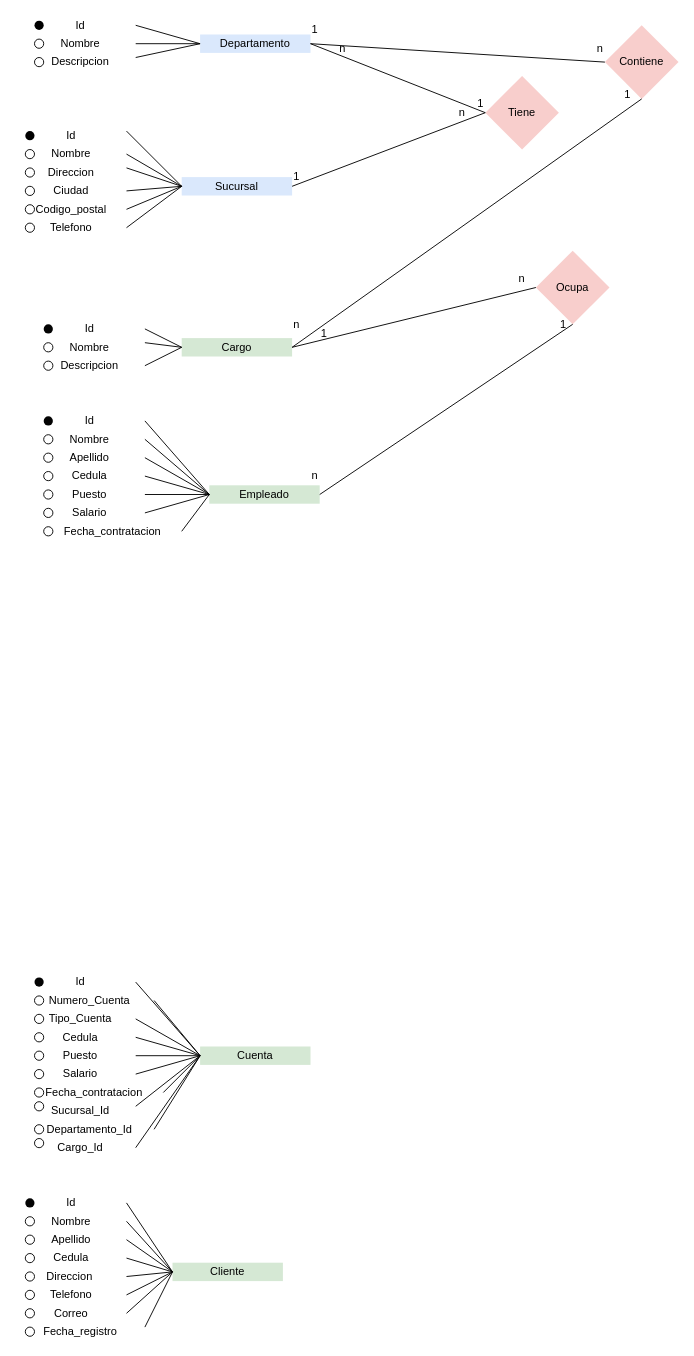
This is Diagrama sin título.drawio from Nico1091/Bases-de-datos, a draw.io file, before an edit. Source tidied: cells renumbered, new cells numbered last; positions are measured from the earlier drawing's top-left corner, leaving out a move shared by most shapes. Both pictures are drawn from the tidied source at 92%, with x=0, y=0 at pixel (16, 16).
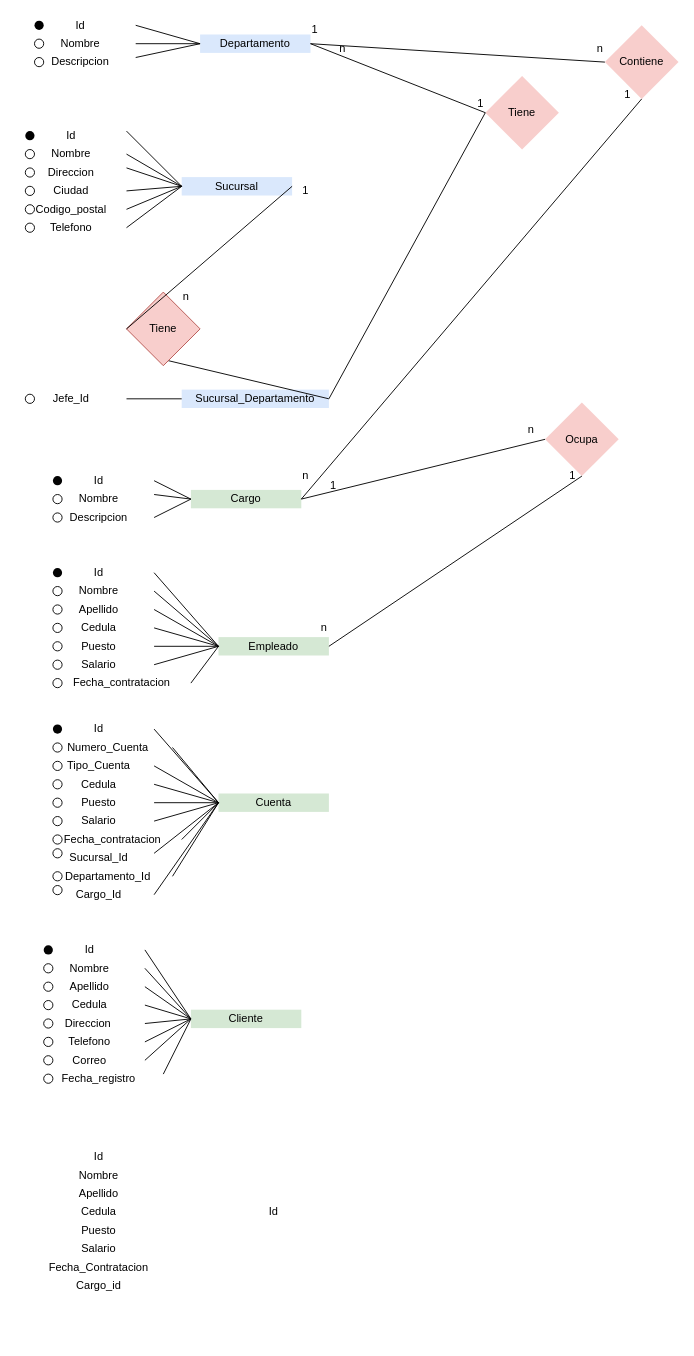
Above is the later version.

The change refers to these unchanged cells:
```xml
<mxCell id="8" value="Sucursal" style="rounded=0;whiteSpace=wrap;html=1;strokeColor=none;fillColor=#dae8fc;" parent="1" vertex="1">
  <mxGeometry x="180" y="175" width="120" height="20" as="geometry" />
</mxCell>
<mxCell id="97" value="Tiene" style="rhombus;whiteSpace=wrap;html=1;fillColor=#f8cecc;strokeColor=none;" parent="1" vertex="1">
  <mxGeometry x="510" y="65" width="80" height="80" as="geometry" />
</mxCell>
```

What changed in the source:
```diff
@@
     <mxCell id="31" value="Nombre" style="rounded=0;whiteSpace=wrap;html=1;strokeColor=none;fillColor=none;" parent="1" vertex="1">
-      <mxGeometry x="20" y="350" width="120" height="20" as="geometry" />
+      <mxGeometry x="30" y="515" width="120" height="20" as="geometry" />
     </mxCell>
     <mxCell id="32" value="Id" style="rounded=0;whiteSpace=wrap;html=1;strokeColor=none;fillColor=none;" parent="1" vertex="1">
-      <mxGeometry x="20" y="330" width="120" height="20" as="geometry" />
+      <mxGeometry x="30" y="495" width="120" height="20" as="geometry" />
     </mxCell>
     <mxCell id="33" value="Descripcion" style="rounded=0;whiteSpace=wrap;html=1;strokeColor=none;fillColor=none;" parent="1" vertex="1">
-      <mxGeometry x="20" y="370" width="120" height="20" as="geometry" />
+      <mxGeometry x="30" y="535" width="120" height="20" as="geometry" />
     </mxCell>
     <mxCell id="34" style="ellipse;whiteSpace=wrap;html=1;fillColor=#030303;strokeColor=none;" parent="1" vertex="1">
-      <mxGeometry x="30" y="335" width="10" height="10" as="geometry" />
+      <mxGeometry x="40" y="500" width="10" height="10" as="geometry" />
     </mxCell>
     <mxCell id="35" style="ellipse;whiteSpace=wrap;html=1;" parent="1" vertex="1">
-      <mxGeometry x="30" y="355" width="10" height="10" as="geometry" />
+      <mxGeometry x="40" y="520" width="10" height="10" as="geometry" />
     </mxCell>
     <mxCell id="36" style="ellipse;whiteSpace=wrap;html=1;" parent="1" vertex="1">
-      <mxGeometry x="30" y="375" width="10" height="10" as="geometry" />
+      <mxGeometry x="40" y="540" width="10" height="10" as="geometry" />
     </mxCell>
     <mxCell id="37" value="Cargo" style="rounded=0;whiteSpace=wrap;html=1;strokeColor=none;fillColor=#d5e8d4;" parent="1" vertex="1">
-      <mxGeometry x="180" y="350" width="120" height="20" as="geometry" />
+      <mxGeometry x="190" y="515" width="120" height="20" as="geometry" />
     </mxCell>
@@
     <mxCell id="41" value="Id" style="rounded=0;whiteSpace=wrap;html=1;strokeColor=none;fillColor=none;" parent="1" vertex="1">
-      <mxGeometry x="20" y="430" width="120" height="20" as="geometry" />
+      <mxGeometry x="30" y="595" width="120" height="20" as="geometry" />
     </mxCell>
     <mxCell id="42" style="ellipse;whiteSpace=wrap;html=1;fillColor=#030303;strokeColor=none;" parent="1" vertex="1">
-      <mxGeometry x="30" y="435" width="10" height="10" as="geometry" />
+      <mxGeometry x="40" y="600" width="10" height="10" as="geometry" />
     </mxCell>
     <mxCell id="43" value="Nombre" style="rounded=0;whiteSpace=wrap;html=1;strokeColor=none;fillColor=none;" parent="1" vertex="1">
-      <mxGeometry x="20" y="450" width="120" height="20" as="geometry" />
+      <mxGeometry x="30" y="615" width="120" height="20" as="geometry" />
     </mxCell>
     <mxCell id="44" value="Apellido" style="rounded=0;whiteSpace=wrap;html=1;strokeColor=none;fillColor=none;" parent="1" vertex="1">
-      <mxGeometry x="20" y="470" width="120" height="20" as="geometry" />
+      <mxGeometry x="30" y="635" width="120" height="20" as="geometry" />
     </mxCell>
     <mxCell id="45" value="Cedula" style="rounded=0;whiteSpace=wrap;html=1;strokeColor=none;fillColor=none;" parent="1" vertex="1">
-      <mxGeometry x="20" y="490" width="120" height="20" as="geometry" />
+      <mxGeometry x="30" y="655" width="120" height="20" as="geometry" />
     </mxCell>
     <mxCell id="46" value="Puesto" style="rounded=0;whiteSpace=wrap;html=1;strokeColor=none;fillColor=none;" parent="1" vertex="1">
-      <mxGeometry x="20" y="510" width="120" height="20" as="geometry" />
+      <mxGeometry x="30" y="675" width="120" height="20" as="geometry" />
     </mxCell>
     <mxCell id="47" value="Salario" style="rounded=0;whiteSpace=wrap;html=1;strokeColor=none;fillColor=none;" parent="1" vertex="1">
-      <mxGeometry x="20" y="530" width="120" height="20" as="geometry" />
+      <mxGeometry x="30" y="695" width="120" height="20" as="geometry" />
     </mxCell>
     <mxCell id="48" value="&amp;nbsp; &amp;nbsp;Fecha_contratacion" style="rounded=0;whiteSpace=wrap;html=1;strokeColor=none;fillColor=none;" parent="1" vertex="1">
-      <mxGeometry x="20" y="550" width="160" height="20" as="geometry" />
+      <mxGeometry x="30" y="715" width="160" height="20" as="geometry" />
     </mxCell>
     <mxCell id="49" value="Empleado" style="rounded=0;whiteSpace=wrap;html=1;strokeColor=none;fillColor=#d5e8d4;" parent="1" vertex="1">
-      <mxGeometry x="210" y="510" width="120" height="20" as="geometry" />
+      <mxGeometry x="220" y="675" width="120" height="20" as="geometry" />
     </mxCell>
@@
     <mxCell id="57" value="Id" style="rounded=0;whiteSpace=wrap;html=1;strokeColor=none;fillColor=none;" parent="1" vertex="1">
-      <mxGeometry y="1280" width="120" height="20" as="geometry" />
+      <mxGeometry x="20" y="1005" width="120" height="20" as="geometry" />
     </mxCell>
     <mxCell id="58" style="ellipse;whiteSpace=wrap;html=1;fillColor=#030303;strokeColor=none;" parent="1" vertex="1">
-      <mxGeometry x="10" y="1285" width="10" height="10" as="geometry" />
+      <mxGeometry x="30" y="1010" width="10" height="10" as="geometry" />
     </mxCell>
     <mxCell id="59" value="Nombre" style="rounded=0;whiteSpace=wrap;html=1;strokeColor=none;fillColor=none;" parent="1" vertex="1">
-      <mxGeometry y="1300" width="120" height="20" as="geometry" />
+      <mxGeometry x="20" y="1025" width="120" height="20" as="geometry" />
     </mxCell>
     <mxCell id="60" value="Apellido" style="rounded=0;whiteSpace=wrap;html=1;strokeColor=none;fillColor=none;" parent="1" vertex="1">
-      <mxGeometry y="1320" width="120" height="20" as="geometry" />
+      <mxGeometry x="20" y="1045" width="120" height="20" as="geometry" />
     </mxCell>
     <mxCell id="61" value="Cedula" style="rounded=0;whiteSpace=wrap;html=1;strokeColor=none;fillColor=none;" parent="1" vertex="1">
-      <mxGeometry y="1340" width="120" height="20" as="geometry" />
+      <mxGeometry x="20" y="1065" width="120" height="20" as="geometry" />
     </mxCell>
     <mxCell id="62" value="Direccion&amp;nbsp;" style="rounded=0;whiteSpace=wrap;html=1;strokeColor=none;fillColor=none;" parent="1" vertex="1">
-      <mxGeometry y="1360" width="120" height="20" as="geometry" />
+      <mxGeometry x="20" y="1085" width="120" height="20" as="geometry" />
     </mxCell>
     <mxCell id="63" value="Telefono" style="rounded=0;whiteSpace=wrap;html=1;strokeColor=none;fillColor=none;" parent="1" vertex="1">
-      <mxGeometry y="1380" width="120" height="20" as="geometry" />
+      <mxGeometry x="20" y="1105" width="120" height="20" as="geometry" />
     </mxCell>
     <mxCell id="64" value="Correo" style="rounded=0;whiteSpace=wrap;html=1;strokeColor=none;fillColor=none;" parent="1" vertex="1">
-      <mxGeometry y="1400" width="120" height="20" as="geometry" />
+      <mxGeometry x="20" y="1125" width="120" height="20" as="geometry" />
     </mxCell>
     <mxCell id="65" value="Fecha_registro" style="rounded=0;whiteSpace=wrap;html=1;strokeColor=none;fillColor=none;" parent="1" vertex="1">
-      <mxGeometry y="1420" width="140" height="20" as="geometry" />
+      <mxGeometry x="20" y="1145" width="140" height="20" as="geometry" />
     </mxCell>
     <mxCell id="66" value="Cliente" style="rounded=0;whiteSpace=wrap;html=1;strokeColor=none;fillColor=#d5e8d4;" parent="1" vertex="1">
-      <mxGeometry x="170" y="1355" width="120" height="20" as="geometry" />
+      <mxGeometry x="190" y="1080" width="120" height="20" as="geometry" />
     </mxCell>
@@
     <mxCell id="75" value="Id" style="rounded=0;whiteSpace=wrap;html=1;strokeColor=none;fillColor=none;" parent="1" vertex="1">
-      <mxGeometry x="10" y="1040" width="120" height="20" as="geometry" />
+      <mxGeometry x="30" y="765" width="120" height="20" as="geometry" />
     </mxCell>
     <mxCell id="76" style="ellipse;whiteSpace=wrap;html=1;fillColor=#030303;strokeColor=none;" parent="1" vertex="1">
-      <mxGeometry x="20" y="1045" width="10" height="10" as="geometry" />
+      <mxGeometry x="40" y="770" width="10" height="10" as="geometry" />
     </mxCell>
     <mxCell id="77" value="Numero_Cuenta" style="rounded=0;whiteSpace=wrap;html=1;strokeColor=none;fillColor=none;" parent="1" vertex="1">
-      <mxGeometry x="10" y="1060" width="140" height="20" as="geometry" />
+      <mxGeometry x="30" y="785" width="140" height="20" as="geometry" />
     </mxCell>
     <mxCell id="78" value="Tipo_Cuenta" style="rounded=0;whiteSpace=wrap;html=1;strokeColor=none;fillColor=none;" parent="1" vertex="1">
-      <mxGeometry x="10" y="1080" width="120" height="20" as="geometry" />
+      <mxGeometry x="30" y="805" width="120" height="20" as="geometry" />
     </mxCell>
     <mxCell id="79" value="Cedula" style="rounded=0;whiteSpace=wrap;html=1;strokeColor=none;fillColor=none;" parent="1" vertex="1">
-      <mxGeometry x="10" y="1100" width="120" height="20" as="geometry" />
+      <mxGeometry x="30" y="825" width="120" height="20" as="geometry" />
     </mxCell>
     <mxCell id="80" value="Puesto" style="rounded=0;whiteSpace=wrap;html=1;strokeColor=none;fillColor=none;" parent="1" vertex="1">
-      <mxGeometry x="10" y="1120" width="120" height="20" as="geometry" />
+      <mxGeometry x="30" y="845" width="120" height="20" as="geometry" />
     </mxCell>
     <mxCell id="81" value="Salario" style="rounded=0;whiteSpace=wrap;html=1;strokeColor=none;fillColor=none;" parent="1" vertex="1">
-      <mxGeometry x="10" y="1140" width="120" height="20" as="geometry" />
+      <mxGeometry x="30" y="865" width="120" height="20" as="geometry" />
     </mxCell>
     <mxCell id="82" value="Fecha_contratacion" style="rounded=0;whiteSpace=wrap;html=1;strokeColor=none;fillColor=none;" parent="1" vertex="1">
-      <mxGeometry x="10" y="1160" width="150" height="20" as="geometry" />
+      <mxGeometry x="30" y="885" width="150" height="20" as="geometry" />
     </mxCell>
     <mxCell id="83" value="Sucursal_Id" style="rounded=0;whiteSpace=wrap;html=1;strokeColor=none;fillColor=none;" parent="1" vertex="1">
-      <mxGeometry x="10" y="1180" width="120" height="20" as="geometry" />
+      <mxGeometry x="30" y="905" width="120" height="20" as="geometry" />
     </mxCell>
     <mxCell id="84" value="Cuenta" style="rounded=0;whiteSpace=wrap;html=1;strokeColor=none;fillColor=#d5e8d4;" parent="1" vertex="1">
-      <mxGeometry x="200" y="1120" width="120" height="20" as="geometry" />
+      <mxGeometry x="220" y="845" width="120" height="20" as="geometry" />
     </mxCell>
@@
     <mxCell id="93" value="Departamento_Id" style="rounded=0;whiteSpace=wrap;html=1;strokeColor=none;fillColor=none;" parent="1" vertex="1">
-      <mxGeometry x="10" y="1200" width="140" height="20" as="geometry" />
+      <mxGeometry x="30" y="925" width="140" height="20" as="geometry" />
     </mxCell>
     <mxCell id="94" value="Cargo_Id" style="rounded=0;whiteSpace=wrap;html=1;strokeColor=none;fillColor=none;" parent="1" vertex="1">
-      <mxGeometry x="10" y="1220" width="120" height="20" as="geometry" />
+      <mxGeometry x="30" y="945" width="120" height="20" as="geometry" />
     </mxCell>
@@
-    <mxCell id="98" style="endArrow=none;html=1;rounded=0;entryX=0;entryY=0.5;entryDx=0;entryDy=0;exitX=1;exitY=0.5;exitDx=0;exitDy=0;" parent="1" edge="1" source="8" target="97">
+    <mxCell id="98" style="endArrow=none;html=1;rounded=0;entryX=0;entryY=0.5;entryDx=0;entryDy=0;exitX=1;exitY=0.5;exitDx=0;exitDy=0;" parent="1" edge="1" source="141" target="97">
       <mxGeometry relative="1" as="geometry" />
     </mxCell>
     <mxCell id="99" value="1" style="rounded=0;whiteSpace=wrap;html=1;strokeColor=none;fillColor=none;" parent="1" vertex="1">
-      <mxGeometry x="300" y="170" width="10" height="10" as="geometry" />
+      <mxGeometry x="310" y="185" width="10" height="10" as="geometry" />
     </mxCell>
     <mxCell id="100" value="n" style="rounded=0;whiteSpace=wrap;html=1;strokeColor=none;fillColor=none;" parent="1" vertex="1">
-      <mxGeometry x="320" y="495" width="10" height="10" as="geometry" />
+      <mxGeometry x="330" y="660" width="10" height="10" as="geometry" />
     </mxCell>
     <mxCell id="101" value="n" style="rounded=0;whiteSpace=wrap;html=1;strokeColor=none;fillColor=none;" parent="1" vertex="1">
-      <mxGeometry x="480" y="100" width="10" height="10" as="geometry" />
+      <mxGeometry x="180" y="300" width="10" height="10" as="geometry" />
     </mxCell>
@@
     <mxCell id="107" value="Ocupa" style="rhombus;whiteSpace=wrap;html=1;fillColor=#f8cecc;strokeColor=none;" parent="1" vertex="1">
-      <mxGeometry x="565" y="255" width="80" height="80" as="geometry" />
+      <mxGeometry x="575" y="420" width="80" height="80" as="geometry" />
     </mxCell>
@@
     <mxCell id="110" value="n" style="rounded=0;whiteSpace=wrap;html=1;strokeColor=none;fillColor=none;" parent="1" vertex="1">
-      <mxGeometry x="300" y="330" width="10" height="10" as="geometry" />
+      <mxGeometry x="310" y="495" width="10" height="10" as="geometry" />
     </mxCell>
     <mxCell id="111" value="n" style="rounded=0;whiteSpace=wrap;html=1;strokeColor=none;fillColor=none;" parent="1" vertex="1">
-      <mxGeometry x="545" y="280" width="10" height="10" as="geometry" />
+      <mxGeometry x="555" y="445" width="10" height="10" as="geometry" />
     </mxCell>
     <mxCell id="112" value="1" style="rounded=0;whiteSpace=wrap;html=1;strokeColor=none;fillColor=none;" parent="1" vertex="1">
-      <mxGeometry x="590" y="330" width="10" height="10" as="geometry" />
+      <mxGeometry x="600" y="495" width="10" height="10" as="geometry" />
     </mxCell>
     <mxCell id="113" style="ellipse;whiteSpace=wrap;html=1;" parent="1" vertex="1">
-      <mxGeometry x="10" y="1305" width="10" height="10" as="geometry" />
+      <mxGeometry x="30" y="1030" width="10" height="10" as="geometry" />
     </mxCell>
     <mxCell id="114" style="ellipse;whiteSpace=wrap;html=1;" parent="1" vertex="1">
-      <mxGeometry x="10" y="1325" width="10" height="10" as="geometry" />
+      <mxGeometry x="30" y="1050" width="10" height="10" as="geometry" />
     </mxCell>
@@
     <mxCell id="119" value="1" style="rounded=0;whiteSpace=wrap;html=1;strokeColor=none;fillColor=none;" parent="1" vertex="1">
-      <mxGeometry x="330" y="340" width="10" height="10" as="geometry" />
+      <mxGeometry x="340" y="505" width="10" height="10" as="geometry" />
     </mxCell>
     <mxCell id="120" style="ellipse;whiteSpace=wrap;html=1;" parent="1" vertex="1">
-      <mxGeometry x="30" y="455" width="10" height="10" as="geometry" />
+      <mxGeometry x="40" y="620" width="10" height="10" as="geometry" />
     </mxCell>
     <mxCell id="121" style="ellipse;whiteSpace=wrap;html=1;" parent="1" vertex="1">
-      <mxGeometry x="30" y="475" width="10" height="10" as="geometry" />
+      <mxGeometry x="40" y="640" width="10" height="10" as="geometry" />
     </mxCell>
     <mxCell id="122" style="ellipse;whiteSpace=wrap;html=1;" parent="1" vertex="1">
-      <mxGeometry x="30" y="495" width="10" height="10" as="geometry" />
+      <mxGeometry x="40" y="660" width="10" height="10" as="geometry" />
     </mxCell>
     <mxCell id="123" style="ellipse;whiteSpace=wrap;html=1;" parent="1" vertex="1">
-      <mxGeometry x="30" y="515" width="10" height="10" as="geometry" />
+      <mxGeometry x="40" y="680" width="10" height="10" as="geometry" />
     </mxCell>
     <mxCell id="124" style="ellipse;whiteSpace=wrap;html=1;" parent="1" vertex="1">
-      <mxGeometry x="30" y="535" width="10" height="10" as="geometry" />
+      <mxGeometry x="40" y="700" width="10" height="10" as="geometry" />
     </mxCell>
     <mxCell id="125" style="ellipse;whiteSpace=wrap;html=1;" parent="1" vertex="1">
-      <mxGeometry x="30" y="555" width="10" height="10" as="geometry" />
+      <mxGeometry x="40" y="720" width="10" height="10" as="geometry" />
     </mxCell>
     <mxCell id="126" style="ellipse;whiteSpace=wrap;html=1;" parent="1" vertex="1">
-      <mxGeometry x="10" y="1345" width="10" height="10" as="geometry" />
+      <mxGeometry x="30" y="1070" width="10" height="10" as="geometry" />
     </mxCell>
     <mxCell id="127" style="ellipse;whiteSpace=wrap;html=1;" parent="1" vertex="1">
-      <mxGeometry x="10" y="1365" width="10" height="10" as="geometry" />
+      <mxGeometry x="30" y="1090" width="10" height="10" as="geometry" />
     </mxCell>
     <mxCell id="128" style="ellipse;whiteSpace=wrap;html=1;" parent="1" vertex="1">
-      <mxGeometry x="10" y="1385" width="10" height="10" as="geometry" />
+      <mxGeometry x="30" y="1110" width="10" height="10" as="geometry" />
     </mxCell>
     <mxCell id="129" style="ellipse;whiteSpace=wrap;html=1;" parent="1" vertex="1">
-      <mxGeometry x="10" y="1405" width="10" height="10" as="geometry" />
+      <mxGeometry x="30" y="1130" width="10" height="10" as="geometry" />
     </mxCell>
     <mxCell id="130" style="ellipse;whiteSpace=wrap;html=1;" parent="1" vertex="1">
-      <mxGeometry x="10" y="1425" width="10" height="10" as="geometry" />
+      <mxGeometry x="30" y="1150" width="10" height="10" as="geometry" />
     </mxCell>
     <mxCell id="131" style="ellipse;whiteSpace=wrap;html=1;" parent="1" vertex="1">
-      <mxGeometry x="20" y="1065" width="10" height="10" as="geometry" />
+      <mxGeometry x="40" y="790" width="10" height="10" as="geometry" />
     </mxCell>
     <mxCell id="132" style="ellipse;whiteSpace=wrap;html=1;" parent="1" vertex="1">
-      <mxGeometry x="20" y="1085" width="10" height="10" as="geometry" />
+      <mxGeometry x="40" y="810" width="10" height="10" as="geometry" />
     </mxCell>
     <mxCell id="133" style="ellipse;whiteSpace=wrap;html=1;" parent="1" vertex="1">
-      <mxGeometry x="20" y="1105" width="10" height="10" as="geometry" />
+      <mxGeometry x="40" y="830" width="10" height="10" as="geometry" />
     </mxCell>
     <mxCell id="134" style="ellipse;whiteSpace=wrap;html=1;" parent="1" vertex="1">
-      <mxGeometry x="20" y="1125" width="10" height="10" as="geometry" />
+      <mxGeometry x="40" y="850" width="10" height="10" as="geometry" />
     </mxCell>
     <mxCell id="135" style="ellipse;whiteSpace=wrap;html=1;" parent="1" vertex="1">
-      <mxGeometry x="20" y="1145" width="10" height="10" as="geometry" />
+      <mxGeometry x="40" y="870" width="10" height="10" as="geometry" />
     </mxCell>
     <mxCell id="136" style="ellipse;whiteSpace=wrap;html=1;" parent="1" vertex="1">
-      <mxGeometry x="20" y="1165" width="10" height="10" as="geometry" />
+      <mxGeometry x="40" y="890" width="10" height="10" as="geometry" />
     </mxCell>
     <mxCell id="137" style="ellipse;whiteSpace=wrap;html=1;" parent="1" vertex="1">
-      <mxGeometry x="20" y="1180" width="10" height="10" as="geometry" />
+      <mxGeometry x="40" y="905" width="10" height="10" as="geometry" />
     </mxCell>
     <mxCell id="138" style="ellipse;whiteSpace=wrap;html=1;" parent="1" vertex="1">
-      <mxGeometry x="20" y="1205" width="10" height="10" as="geometry" />
+      <mxGeometry x="40" y="930" width="10" height="10" as="geometry" />
     </mxCell>
     <mxCell id="139" style="ellipse;whiteSpace=wrap;html=1;" parent="1" vertex="1">
-      <mxGeometry x="20" y="1220" width="10" height="10" as="geometry" />
+      <mxGeometry x="40" y="945" width="10" height="10" as="geometry" />
     </mxCell>
+    <mxCell id="140" value="Jefe_Id" style="rounded=0;whiteSpace=wrap;html=1;strokeColor=none;fillColor=none;" parent="1" vertex="1">
+      <mxGeometry y="406" width="120" height="20" as="geometry" />
+    </mxCell>
+    <mxCell id="141" value="Sucursal_Departamento" style="rounded=0;whiteSpace=wrap;html=1;strokeColor=none;fillColor=#dae8fc;" parent="1" vertex="1">
+      <mxGeometry x="180" y="406" width="160" height="20" as="geometry" />
+    </mxCell>
+    <mxCell id="142" style="ellipse;whiteSpace=wrap;html=1;" parent="1" vertex="1">
+      <mxGeometry x="10" y="411" width="10" height="10" as="geometry" />
+    </mxCell>
+    <mxCell id="143" style="endArrow=none;html=1;rounded=0;entryX=0;entryY=0.5;entryDx=0;entryDy=0;exitX=1;exitY=0.5;exitDx=0;exitDy=0;" parent="1" edge="1" source="140" target="141">
+      <mxGeometry relative="1" as="geometry" />
+    </mxCell>
+    <mxCell id="144" style="endArrow=none;html=1;rounded=0;exitX=1;exitY=0.5;exitDx=0;exitDy=0;entryX=0.533;entryY=0.923;entryDx=0;entryDy=0;entryPerimeter=0;" parent="1" edge="1" source="141" target="145">
+      <mxGeometry relative="1" as="geometry" />
+    </mxCell>
+    <mxCell id="145" value="Tiene" style="rhombus;whiteSpace=wrap;html=1;fillColor=#f8cecc;strokeColor=#b85450;" parent="1" vertex="1">
+      <mxGeometry x="120" y="300" width="80" height="80" as="geometry" />
+    </mxCell>
+    <mxCell id="146" style="endArrow=none;html=1;rounded=0;exitX=1;exitY=0.5;exitDx=0;exitDy=0;entryX=0;entryY=0.5;entryDx=0;entryDy=0;" parent="1" edge="1" source="8" target="145">
+      <mxGeometry relative="1" as="geometry" />
+    </mxCell>
+    <mxCell id="147" value="Id" style="rounded=0;whiteSpace=wrap;html=1;strokeColor=none;" parent="1" vertex="1">
+      <mxGeometry x="30" y="1230" width="120" height="20" as="geometry" />
+    </mxCell>
+    <mxCell id="148" value="Nombre" style="rounded=0;whiteSpace=wrap;html=1;strokeColor=none;" parent="1" vertex="1">
+      <mxGeometry x="30" y="1250" width="120" height="20" as="geometry" />
+    </mxCell>
+    <mxCell id="149" value="Apellido" style="rounded=0;whiteSpace=wrap;html=1;strokeColor=none;" parent="1" vertex="1">
+      <mxGeometry x="30" y="1270" width="120" height="20" as="geometry" />
+    </mxCell>
+    <mxCell id="150" value="Cedula" style="rounded=0;whiteSpace=wrap;html=1;strokeColor=none;" parent="1" vertex="1">
+      <mxGeometry x="30" y="1290" width="120" height="20" as="geometry" />
+    </mxCell>
+    <mxCell id="151" value="Puesto" style="rounded=0;whiteSpace=wrap;html=1;strokeColor=none;" parent="1" vertex="1">
+      <mxGeometry x="30" y="1310" width="120" height="20" as="geometry" />
+    </mxCell>
+    <mxCell id="152" value="Salario" style="rounded=0;whiteSpace=wrap;html=1;strokeColor=none;" parent="1" vertex="1">
+      <mxGeometry x="30" y="1330" width="120" height="20" as="geometry" />
+    </mxCell>
+    <mxCell id="153" value="Fecha_Contratacion" style="rounded=0;whiteSpace=wrap;html=1;strokeColor=none;" parent="1" vertex="1">
+      <mxGeometry x="30" y="1350" width="120" height="20" as="geometry" />
+    </mxCell>
+    <mxCell id="154" value="Cargo_id" style="rounded=0;whiteSpace=wrap;html=1;strokeColor=none;" parent="1" vertex="1">
+      <mxGeometry x="30" y="1370" width="120" height="20" as="geometry" />
+    </mxCell>
+    <mxCell id="155" value="Id" style="rounded=0;whiteSpace=wrap;html=1;strokeColor=none;" parent="1" vertex="1">
+      <mxGeometry x="220" y="1290" width="120" height="20" as="geometry" />
+    </mxCell>
```
